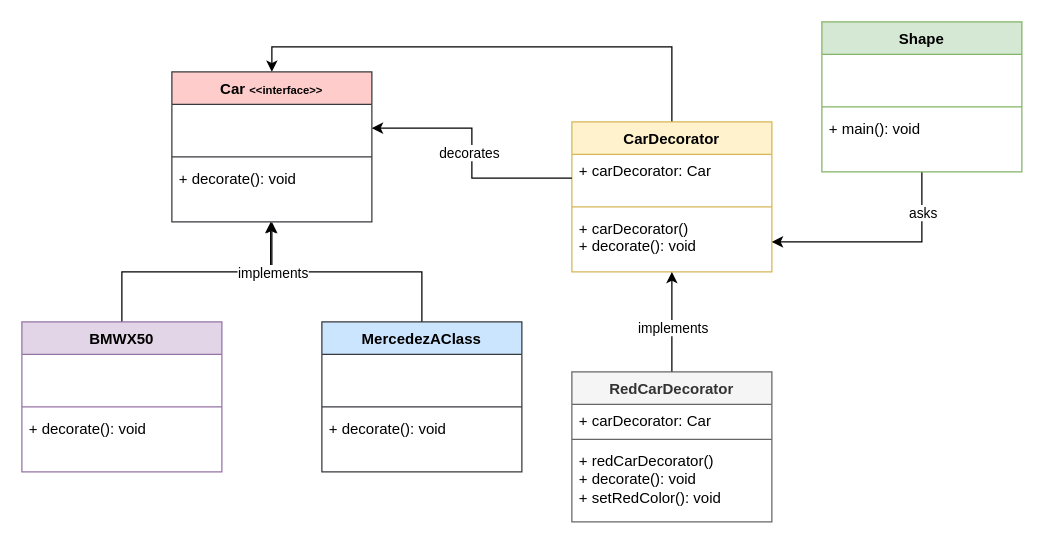
The draw.io diagram Decorator/Decorator.drawio in shaharsh624/Design-Patterns-Lab, before the edit. Source tidied: cells renumbered, new cells numbered last; positions are measured from the earlier drawing's top-left corner, leaving out a move shared by most shapes. Both pictures are drawn from the tidied source at 125%, with x=0, y=0 at pixel (21, 21).
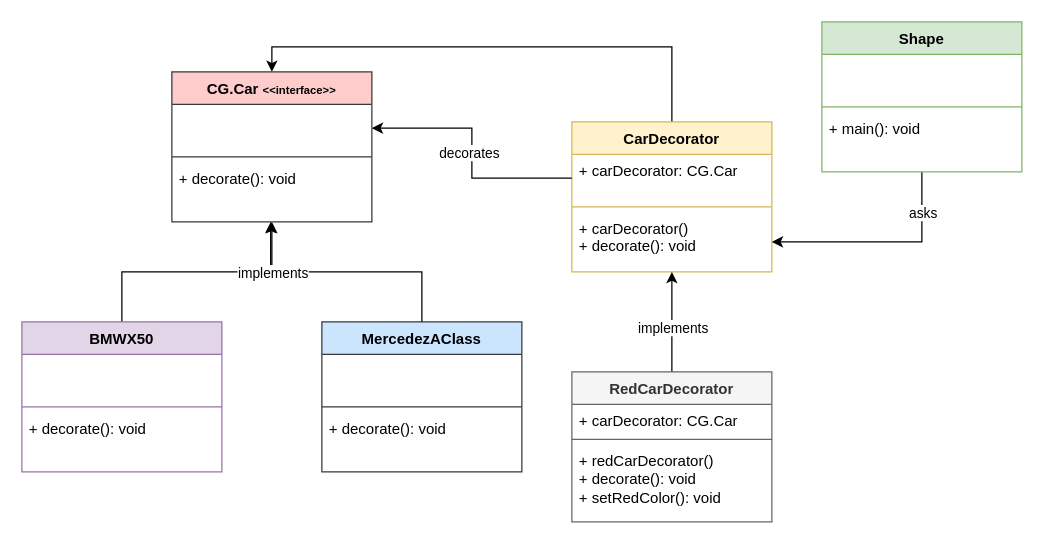
After the change.

The change refers to these unchanged cells:
```xml
<mxCell id="18" value="CarDecorator" style="swimlane;fontStyle=1;align=center;verticalAlign=top;horizontal=1;startSize=26;whiteSpace=wrap;html=1;fillColor=#fff2cc;strokeColor=#d6b656;" parent="1" vertex="1">
  <mxGeometry x="440" y="80" width="160" height="120" as="geometry" />
</mxCell>
<mxCell id="24" value="RedCarDecorator" style="swimlane;fontStyle=1;align=center;verticalAlign=top;horizontal=1;startSize=26;whiteSpace=wrap;html=1;fillColor=#f5f5f5;strokeColor=#666666;fontColor=#333333;" parent="1" vertex="1">
  <mxGeometry x="440" y="280" width="160" height="120" as="geometry" />
</mxCell>
```

The edit, as a diff of the source:
```diff
@@
-    <mxCell id="2" value="Car &lt;font style=&quot;font-size: 9px;&quot;&gt;&amp;lt;&amp;lt;interface&amp;gt;&amp;gt;&lt;/font&gt;" style="swimlane;fontStyle=1;align=center;verticalAlign=top;horizontal=1;startSize=26;whiteSpace=wrap;html=1;fillColor=#ffcccc;strokeColor=#36393d;" parent="1" vertex="1">
+    <mxCell id="2" value="CG.Car &lt;font style=&quot;font-size: 9px;&quot;&gt;&amp;lt;&amp;lt;interface&amp;gt;&amp;gt;&lt;/font&gt;" style="swimlane;fontStyle=1;align=center;verticalAlign=top;horizontal=1;startSize=26;whiteSpace=wrap;html=1;fillColor=#ffcccc;strokeColor=#36393d;" parent="1" vertex="1">
       <mxGeometry x="120" y="40" width="160" height="120" as="geometry" />
     </mxCell>
@@
-    <mxCell id="19" value="+ carDecorator: Car" style="text;strokeColor=none;fillColor=none;align=left;verticalAlign=top;spacingLeft=4;spacingRight=4;overflow=hidden;points=[[0,0.5],[1,0.5]];portConstraint=eastwest;whiteSpace=wrap;html=1;" parent="18" vertex="1">
+    <mxCell id="19" value="+ carDecorator: CG.Car" style="text;strokeColor=none;fillColor=none;align=left;verticalAlign=top;spacingLeft=4;spacingRight=4;overflow=hidden;points=[[0,0.5],[1,0.5]];portConstraint=eastwest;whiteSpace=wrap;html=1;" parent="18" vertex="1">
       <mxGeometry y="26" width="160" height="38" as="geometry" />
     </mxCell>
@@
-    <mxCell id="25" value="+ carDecorator: Car" style="text;strokeColor=none;fillColor=none;align=left;verticalAlign=top;spacingLeft=4;spacingRight=4;overflow=hidden;whiteSpace=wrap;html=1;" parent="24" vertex="1">
+    <mxCell id="25" value="+ carDecorator: CG.Car" style="text;strokeColor=none;fillColor=none;align=left;verticalAlign=top;spacingLeft=4;spacingRight=4;overflow=hidden;whiteSpace=wrap;html=1;" parent="24" vertex="1">
       <mxGeometry y="26" width="160" height="24" as="geometry" />
     </mxCell>
```
